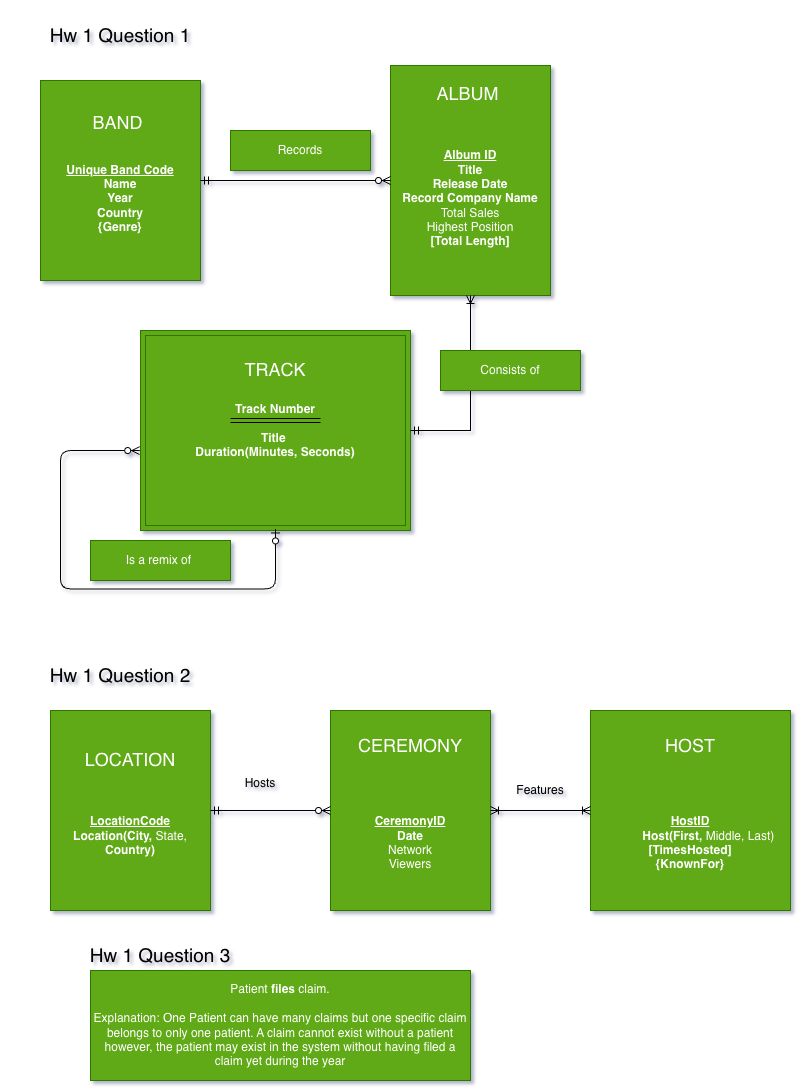
Above: HW1/HW 1.drawio.png in KennethManzi1/Data-Management-Graduate-School-Course (draw.io), before the change. Source tidied: cells renumbered, new cells last; positions are measured from the earlier drawing's top-left corner, leaving out a move shared by most shapes.
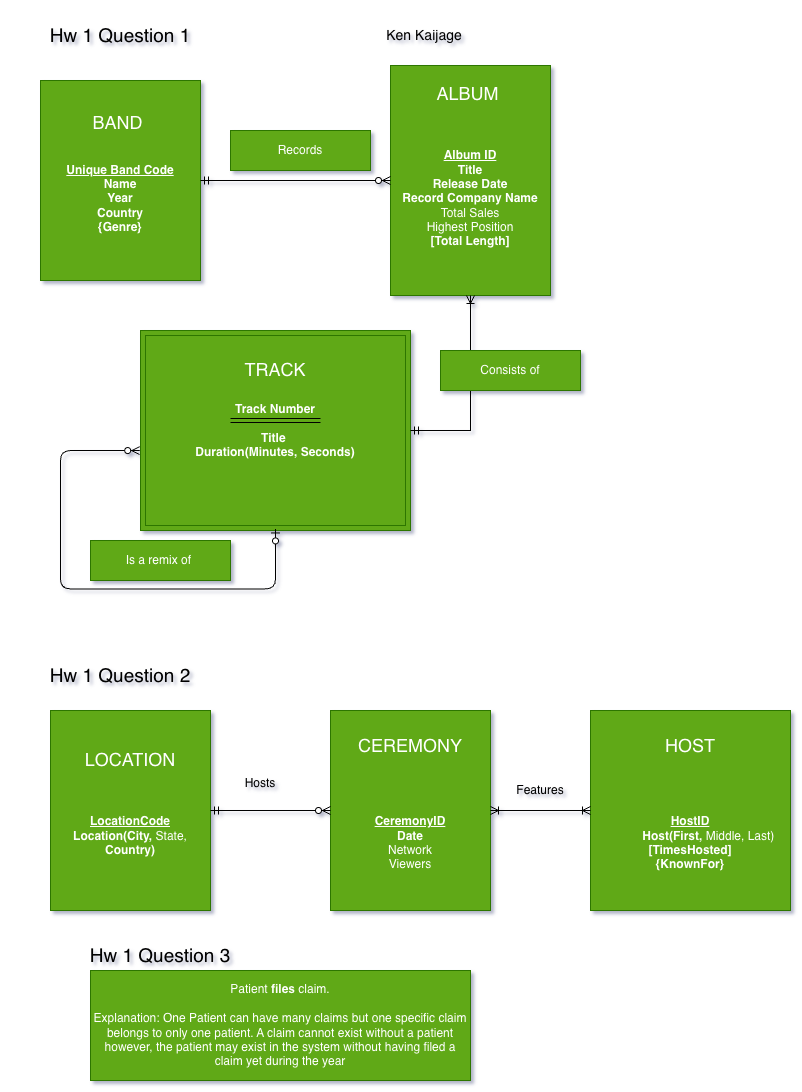
Above is the later version.

The edit, as a diff of the source:
```diff
@@ -76,5 +76,8 @@
     <mxCell id="22" value="&lt;div&gt;Patient &lt;b&gt;files&lt;/b&gt; claim.&lt;br&gt;&lt;br&gt;Explanation: One Patient can have many claims but one specific claim belongs to only one patient. A claim cannot exist without a patient however, the patient may exist in the system without having filed a claim yet during the year&lt;/div&gt;" style="text;html=1;whiteSpace=wrap;strokeColor=#2D7600;fillColor=#60a917;align=center;verticalAlign=middle;rounded=0;fontColor=#ffffff;labelBackgroundColor=light-dark(default, #454545);" parent="1" vertex="1">
       <mxGeometry x="90" y="970" width="380" height="110" as="geometry" />
     </mxCell>
+    <mxCell id="23" value="&lt;font style=&quot;font-size: 14px;&quot;&gt;Ken Kaijage&lt;/font&gt;" style="text;html=1;whiteSpace=wrap;strokeColor=none;fillColor=none;align=center;verticalAlign=middle;rounded=0;" parent="1" vertex="1">
+      <mxGeometry x="330" y="20" width="188" height="30" as="geometry" />
+    </mxCell>
   </root>
 </mxGraphModel>
```
